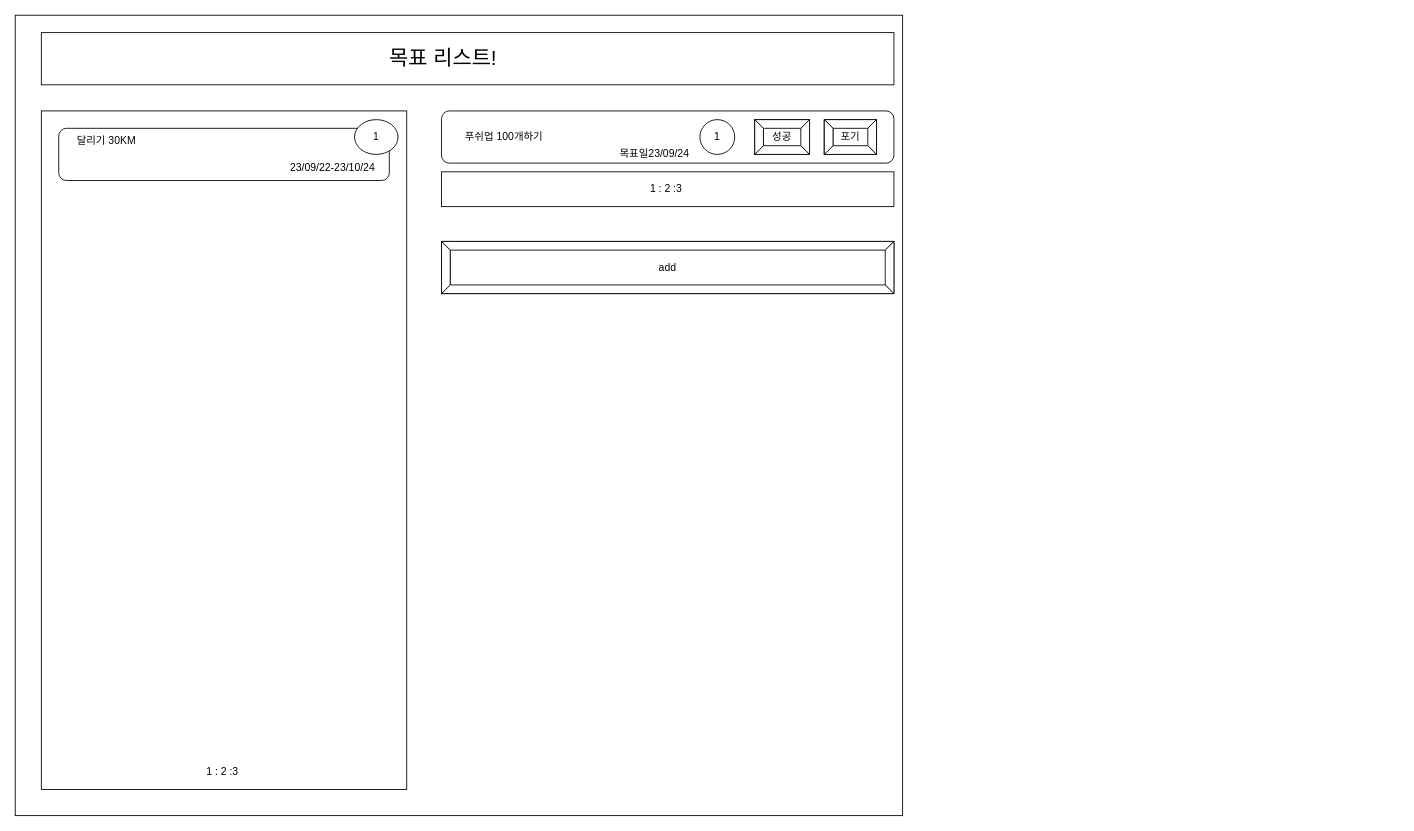
Before: .drawio in 231p0w0q132/blueprint, a draw.io diagram. Source tidied: cells renumbered, new cells numbered last; positions are measured from the earlier drawing's top-left corner, leaving out a move shared by most shapes. Both pictures are drawn from the tidied source at 87%, with x=0, y=0 at pixel (15, 15).
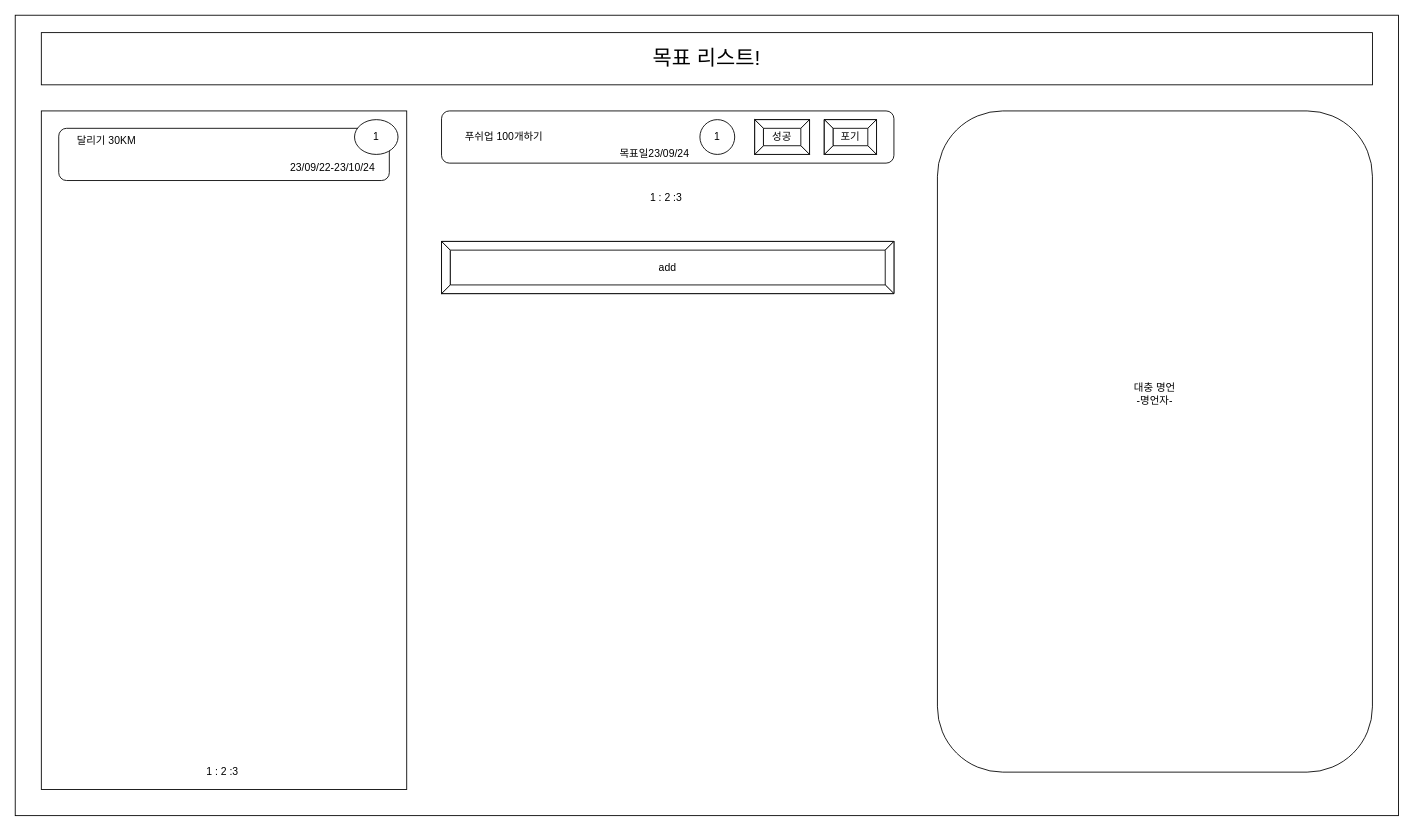
The same page after the edit.

The edit, as a diff of the source:
```diff
@@
     <mxCell id="2" style="rounded=0;whiteSpace=wrap;html=1;" parent="1" vertex="1">
-      <mxGeometry width="1020" height="920" as="geometry" />
+      <mxGeometry width="1590" height="920" as="geometry" />
     </mxCell>
@@
     <mxCell id="5" style="rounded=0;whiteSpace=wrap;html=1;" parent="1" vertex="1">
-      <mxGeometry x="30" y="20" width="980" height="60" as="geometry" />
+      <mxGeometry x="30" y="20" width="1530" height="60" as="geometry" />
     </mxCell>
@@
     <mxCell id="7" value="목표 리스트!" style="text;html=1;strokeColor=none;fillColor=none;align=center;verticalAlign=middle;whiteSpace=wrap;rounded=0;fontSize=24;" parent="1" vertex="1">
-      <mxGeometry x="420" y="35" width="144" height="30" as="geometry" />
+      <mxGeometry x="723" y="35" width="144" height="30" as="geometry" />
     </mxCell>
@@
-    <mxCell id="18" style="rounded=0;whiteSpace=wrap;html=1;" parent="1" vertex="1">
-      <mxGeometry x="490" y="180" width="520" height="40" as="geometry" />
-    </mxCell>
     <mxCell id="19" value="1 : 2 :3&amp;nbsp;" style="text;html=1;strokeColor=none;fillColor=none;align=center;verticalAlign=middle;whiteSpace=wrap;rounded=0;" parent="1" vertex="1">
-      <mxGeometry x="490" y="180" width="520" height="40" as="geometry" />
+      <mxGeometry x="490" y="190" width="520" height="40" as="geometry" />
     </mxCell>
@@
+    <mxCell id="21" style="rounded=1;whiteSpace=wrap;html=1;" parent="1" vertex="1">
+      <mxGeometry x="1060" y="110" width="500" height="760" as="geometry" />
+    </mxCell>
+    <mxCell id="22" value="대충 명언&lt;br&gt;-명언자-" style="text;html=1;strokeColor=none;fillColor=none;align=center;verticalAlign=middle;whiteSpace=wrap;rounded=0;" parent="1" vertex="1">
+      <mxGeometry x="1280" y="420" width="60" height="30" as="geometry" />
+    </mxCell>
```
